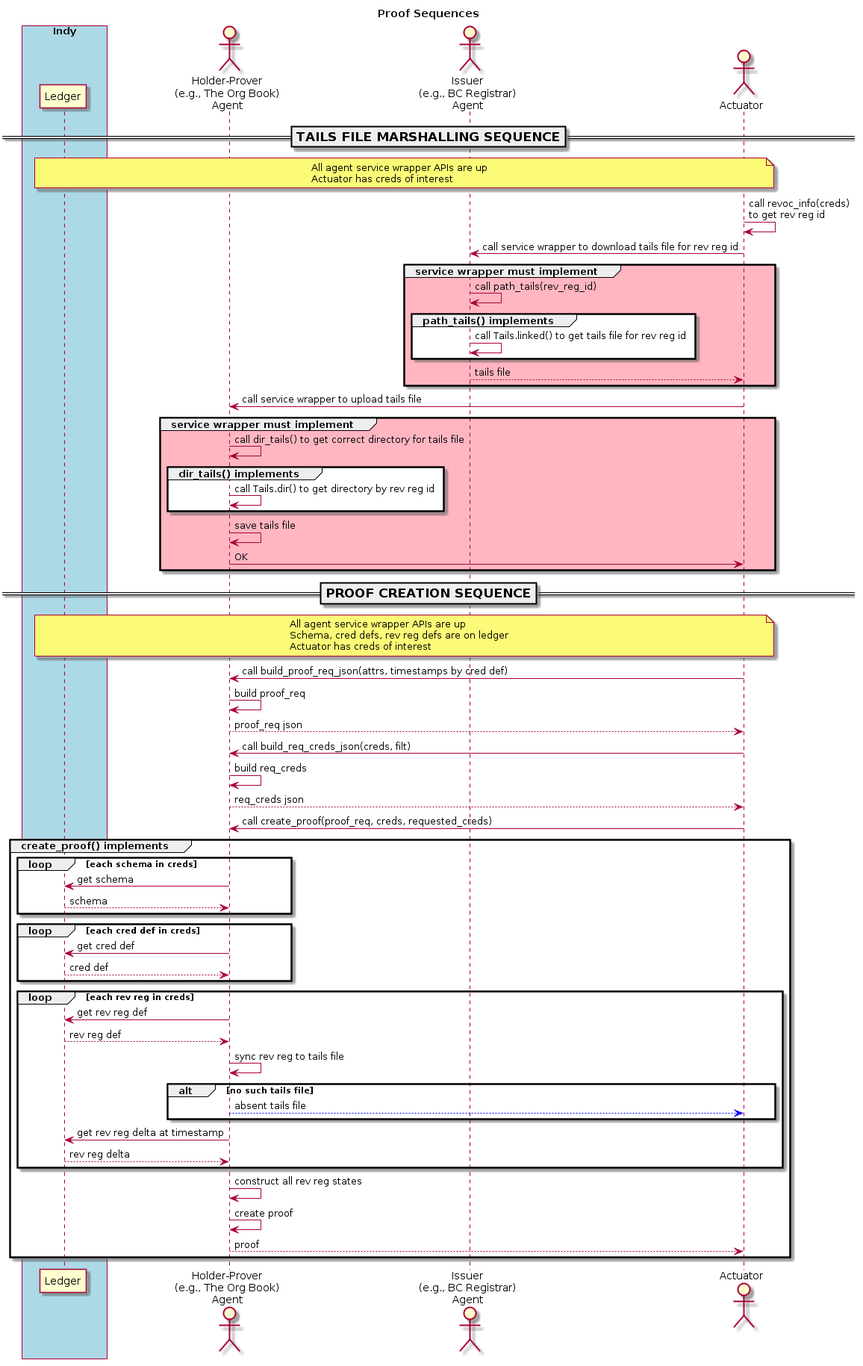
PSPC-SPAC-buyandsell/von_base keeps this PlantUML diagram as doc/pic/proof.png. Above is the earlier version.
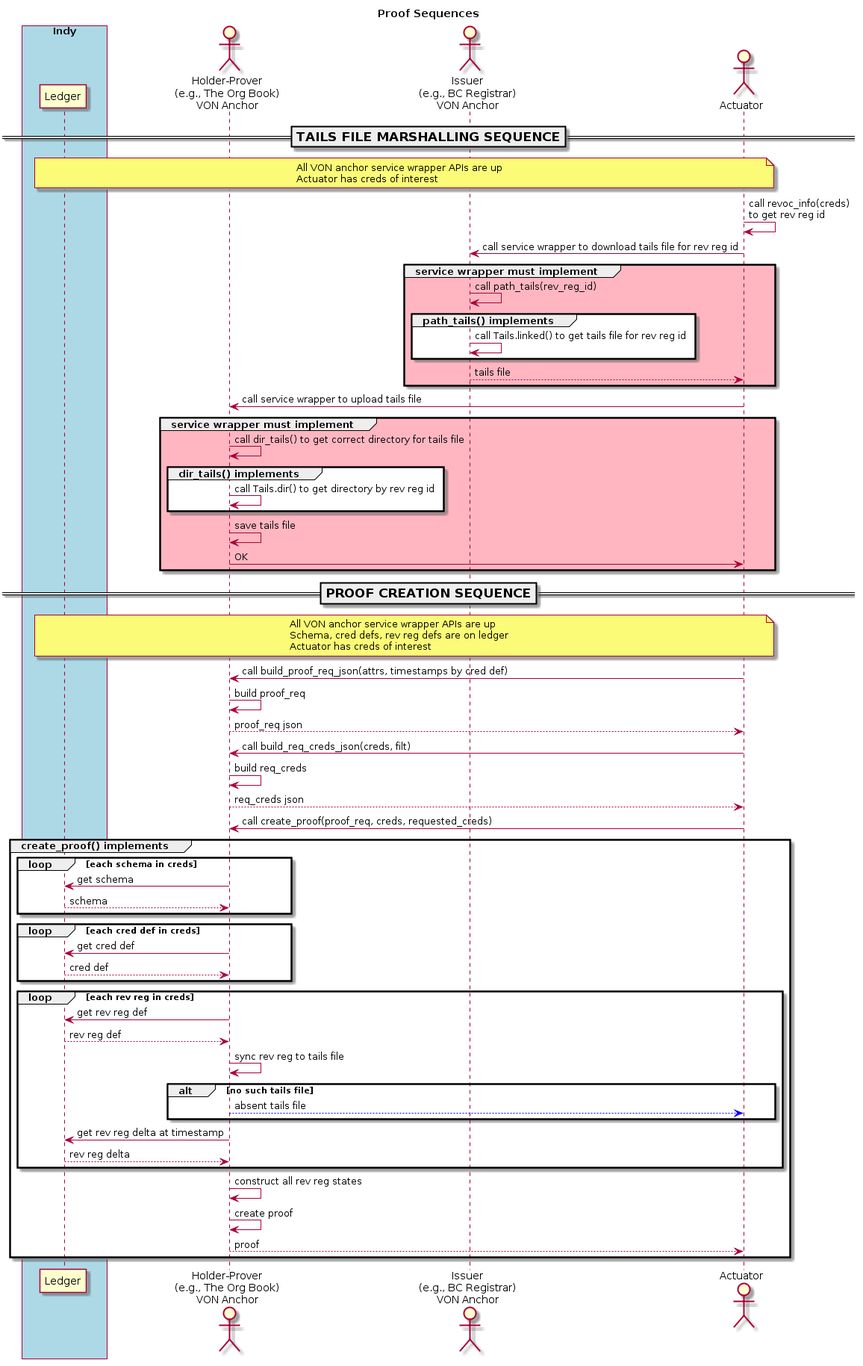
The same diagram one commit later.

What changed in the source:
```diff
@@ -9,75 +9,75 @@
     participant "Ledger" as ledger
 endbox
 
-actor "Holder-Prover\n(e.g., The Org Book)\nAgent" as obag
-actor "Issuer\n(e.g., BC Registrar)\nAgent" as bcrag
+actor "Holder-Prover\n(e.g., The Org Book)\nVON Anchor" as oban
+actor "Issuer\n(e.g., BC Registrar)\nVON Anchor" as bcran
 actor "Actuator" as ator
 
 === TAILS FILE MARSHALLING SEQUENCE ==
 note over ledger, ator
-All agent service wrapper APIs are up
-Actuator has creds of interest
+    All VON anchor service wrapper APIs are up
+    Actuator has creds of interest
 endnote
 
 ator -> ator: call revoc_info(creds)\nto get rev reg id
-ator -> bcrag: call service wrapper to download tails file for rev reg id
+ator -> bcran: call service wrapper to download tails file for rev reg id
 group #lightPink service wrapper must implement
-    bcrag -> bcrag: call path_tails(rev_reg_id)
+    bcran -> bcran: call path_tails(rev_reg_id)
     group path_tails() implements
-        bcrag -> bcrag: call Tails.linked() to get tails file for rev reg id
+        bcran -> bcran: call Tails.linked() to get tails file for rev reg id
     end
-    bcrag --> ator: tails file
+    bcran --> ator: tails file
 end
 
-ator -> obag: call service wrapper to upload tails file
+ator -> oban: call service wrapper to upload tails file
 group #lightPink service wrapper must implement
-    obag -> obag: call dir_tails() to get correct directory for tails file
+    oban -> oban: call dir_tails() to get correct directory for tails file
     group dir_tails() implements
-        obag -> obag: call Tails.dir() to get directory by rev reg id
+        oban -> oban: call Tails.dir() to get directory by rev reg id
     end
-    obag -> obag: save tails file
-    obag -> ator: OK
+    oban -> oban: save tails file
+    oban -> ator: OK
 end
 
 === PROOF CREATION SEQUENCE ==
 note over ledger, ator
-All agent service wrapper APIs are up
-Schema, cred defs, rev reg defs are on ledger
-Actuator has creds of interest
+    All VON anchor service wrapper APIs are up
+    Schema, cred defs, rev reg defs are on ledger
+    Actuator has creds of interest
 endnote
 
-ator -> obag: call build_proof_req_json(attrs, timestamps by cred def)
-obag -> obag: build proof_req
-obag --> ator: proof_req json
+ator -> oban: call build_proof_req_json(attrs, timestamps by cred def)
+oban -> oban: build proof_req
+oban --> ator: proof_req json
 
-ator -> obag: call build_req_creds_json(creds, filt)
-obag -> obag: build req_creds
-obag --> ator: req_creds json
+ator -> oban: call build_req_creds_json(creds, filt)
+oban -> oban: build req_creds
+oban --> ator: req_creds json
 
-ator -> obag: call create_proof(proof_req, creds, requested_creds)
+ator -> oban: call create_proof(proof_req, creds, requested_creds)
 group create_proof() implements
     loop each schema in creds
-        obag -> ledger: get schema
-        ledger --> obag: schema
+        oban -> ledger: get schema
+        ledger --> oban: schema
     end
 
     loop each cred def in creds
-        obag -> ledger: get cred def
-        ledger --> obag: cred def
+        oban -> ledger: get cred def
+        ledger --> oban: cred def
     end
 
     loop each rev reg in creds
-        obag -> ledger: get rev reg def
-        ledger --> obag: rev reg def
-        obag -> obag: sync rev reg to tails file
+        oban -> ledger: get rev reg def
+        ledger --> oban: rev reg def
+        oban -> oban: sync rev reg to tails file
         alt no such tails file
-            obag -[#blue]-> ator: absent tails file
+            oban -[#blue]-> ator: absent tails file
         end
-        obag -> ledger: get rev reg delta at timestamp
-        ledger --> obag: rev reg delta
+        oban -> ledger: get rev reg delta at timestamp
+        ledger --> oban: rev reg delta
     end
-    obag -> obag: construct all rev reg states
-    obag -> obag: create proof
-    obag --> ator: proof
+    oban -> oban: construct all rev reg states
+    oban -> oban: create proof
+    oban --> ator: proof
 end
 @enduml
```
